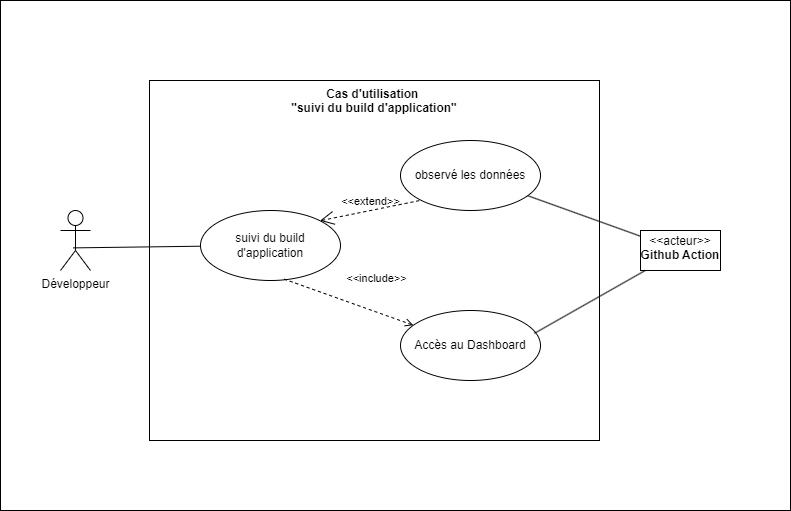
Before: UseCase2.drawio.png, a diagram exported from draw.io (rayenbch/rapport). Source tidied: cells renumbered, new cells last; positions are measured from the earlier drawing's top-left corner, leaving out a move shared by most shapes.
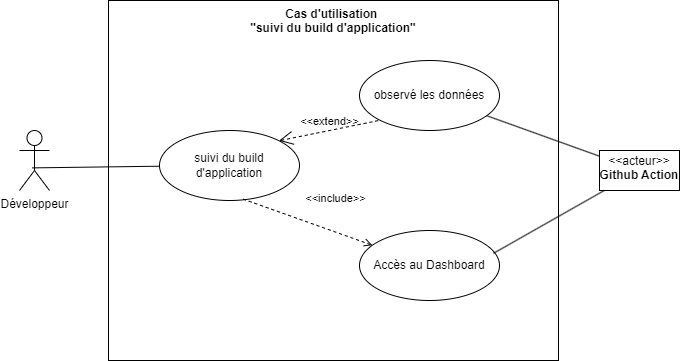
The same diagram one commit later.

What changed in the source:
```diff
@@ -2,9 +2,6 @@
   <root>
     <mxCell id="0" />
     <mxCell id="1" parent="0" />
-    <mxCell id="2" style="rounded=0;whiteSpace=wrap;html=1;fillColor=none;" parent="1" vertex="1">
-      <mxGeometry width="790" height="510" as="geometry" />
-    </mxCell>
     <mxCell id="3" value="Cas d'utilisation&amp;nbsp;&lt;br&gt;&quot;suivi du build d'application&quot;" style="shape=rect;html=1;verticalAlign=top;fontStyle=1;whiteSpace=wrap;align=center;gradientColor=default;fillColor=none;" parent="1" vertex="1">
       <mxGeometry x="149" y="80" width="450" height="360" as="geometry" />
     </mxCell>
```
